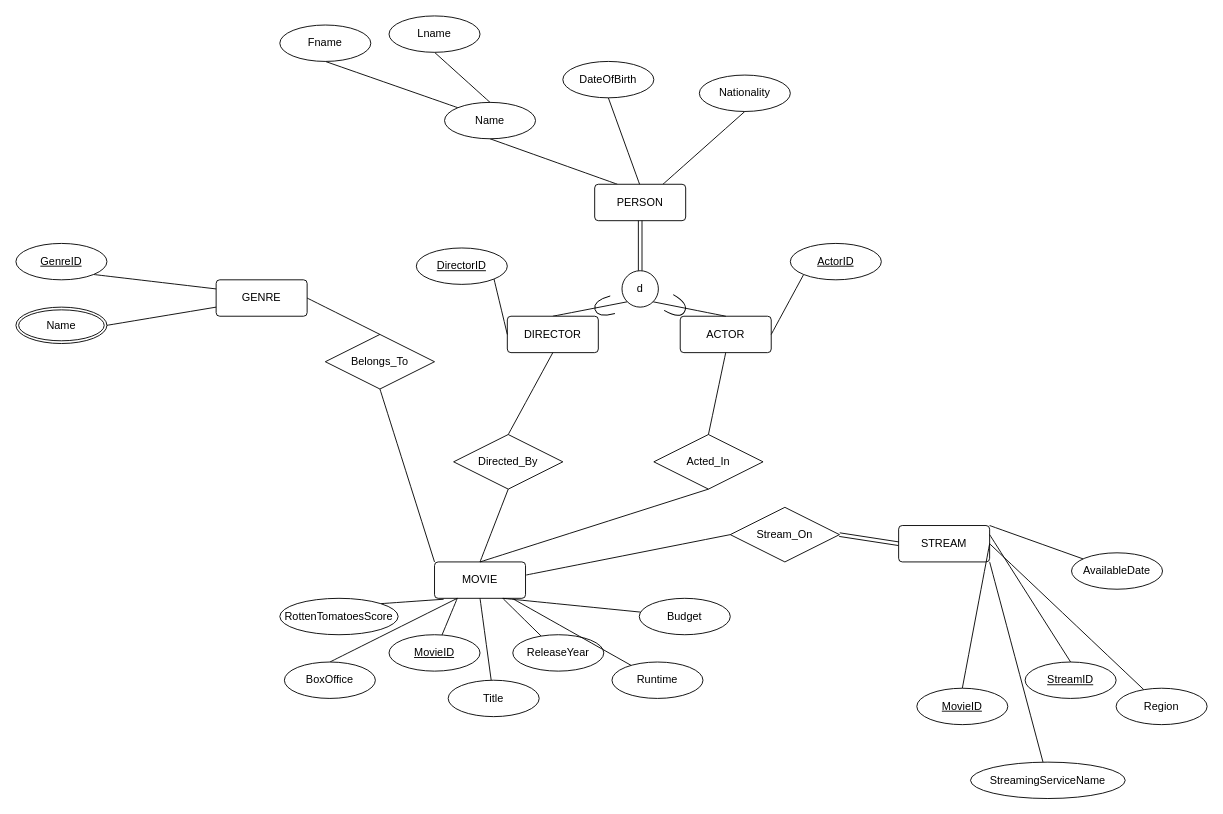
miguelTrC/MovieBaseDB keeps this draw.io diagram as MovieBaseEER.drawio. Above is the earlier version. Source tidied: cells renumbered, new cells numbered last; positions are measured from the earlier drawing's top-left corner, leaving out a move shared by most shapes. Both pictures are drawn from the tidied source at 91%, with x=0, y=0 at pixel (15, 15).
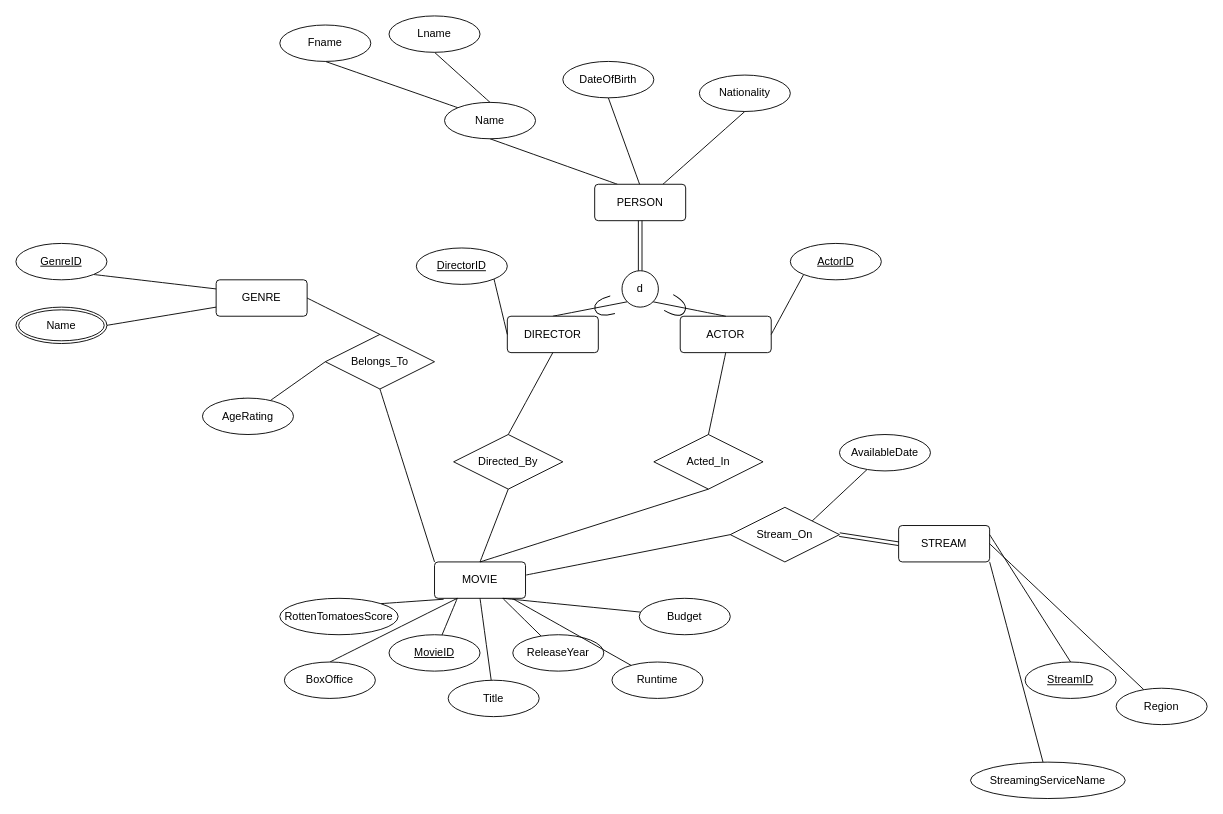
The same diagram, later.

Commit message:
Cardinality in works

Unchanged cells that the change refers to:
```xml
<mxCell id="13" value="&lt;div&gt;STREAM&lt;/div&gt;" style="rounded=1;arcSize=10;whiteSpace=wrap;html=1;align=center;" parent="1" vertex="1">
  <mxGeometry x="970" y="560" width="100" height="40" as="geometry" />
</mxCell>
<mxCell id="58" value="Belongs_To" style="shape=rhombus;perimeter=rhombusPerimeter;whiteSpace=wrap;html=1;align=center;" parent="1" vertex="1">
  <mxGeometry x="340" y="350" width="120" height="60" as="geometry" />
</mxCell>
<mxCell id="61" value="Stream_On" style="shape=rhombus;perimeter=rhombusPerimeter;whiteSpace=wrap;html=1;align=center;" parent="1" vertex="1">
  <mxGeometry x="785" y="540" width="120" height="60" as="geometry" />
</mxCell>
```

Change to the diagram source:
```diff
@@
-    <mxCell id="37" style="endArrow=none;html=1;rounded=0;fontSize=12;startSize=8;endSize=8;curved=1;exitX=1;exitY=0.5;exitDx=0;exitDy=0;entryX=0.5;entryY=0;entryDx=0;entryDy=0;" parent="1" edge="1" source="13" target="63">
-      <mxGeometry relative="1" as="geometry" />
-    </mxCell>
@@
-    <mxCell id="40" style="endArrow=none;html=1;rounded=0;fontSize=12;startSize=8;endSize=8;curved=1;exitX=1;exitY=0;exitDx=0;exitDy=0;" parent="1" edge="1" source="13" target="41">
+    <mxCell id="40" style="endArrow=none;html=1;rounded=0;fontSize=12;startSize=8;endSize=8;curved=1;exitX=1;exitY=0;exitDx=0;exitDy=0;" parent="1" edge="1" source="61" target="41">
       <mxGeometry relative="1" as="geometry" />
     </mxCell>
     <mxCell id="41" value="AvailableDate" style="ellipse;whiteSpace=wrap;html=1;align=center;" parent="1" vertex="1">
-      <mxGeometry x="1160" y="590" width="100" height="40" as="geometry" />
+      <mxGeometry x="905" y="460" width="100" height="40" as="geometry" />
     </mxCell>
@@
-    <mxCell id="63" value="MovieID" style="ellipse;whiteSpace=wrap;html=1;align=center;fontStyle=4;" parent="1" vertex="1">
-      <mxGeometry x="990" y="738.8" width="100" height="40" as="geometry" />
-    </mxCell>
@@
+    <mxCell id="69" style="endArrow=none;html=1;rounded=0;fontSize=12;startSize=8;endSize=8;curved=1;entryX=0;entryY=0.5;entryDx=0;entryDy=0;" parent="1" edge="1" source="71" target="58">
+      <mxGeometry relative="1" as="geometry" />
+    </mxCell>
+    <mxCell id="70" style="endArrow=none;html=1;rounded=0;fontSize=12;startSize=8;endSize=8;curved=1;entryX=0;entryY=0.5;entryDx=0;entryDy=0;" parent="1" edge="1" target="71">
+      <mxGeometry relative="1" as="geometry">
+        <mxPoint x="250" y="420" as="sourcePoint" />
+      </mxGeometry>
+    </mxCell>
+    <mxCell id="71" value="AgeRating" style="ellipse;whiteSpace=wrap;html=1;align=center;" parent="1" vertex="1">
+      <mxGeometry x="205" y="420" width="100" height="40" as="geometry" />
+    </mxCell>
```
